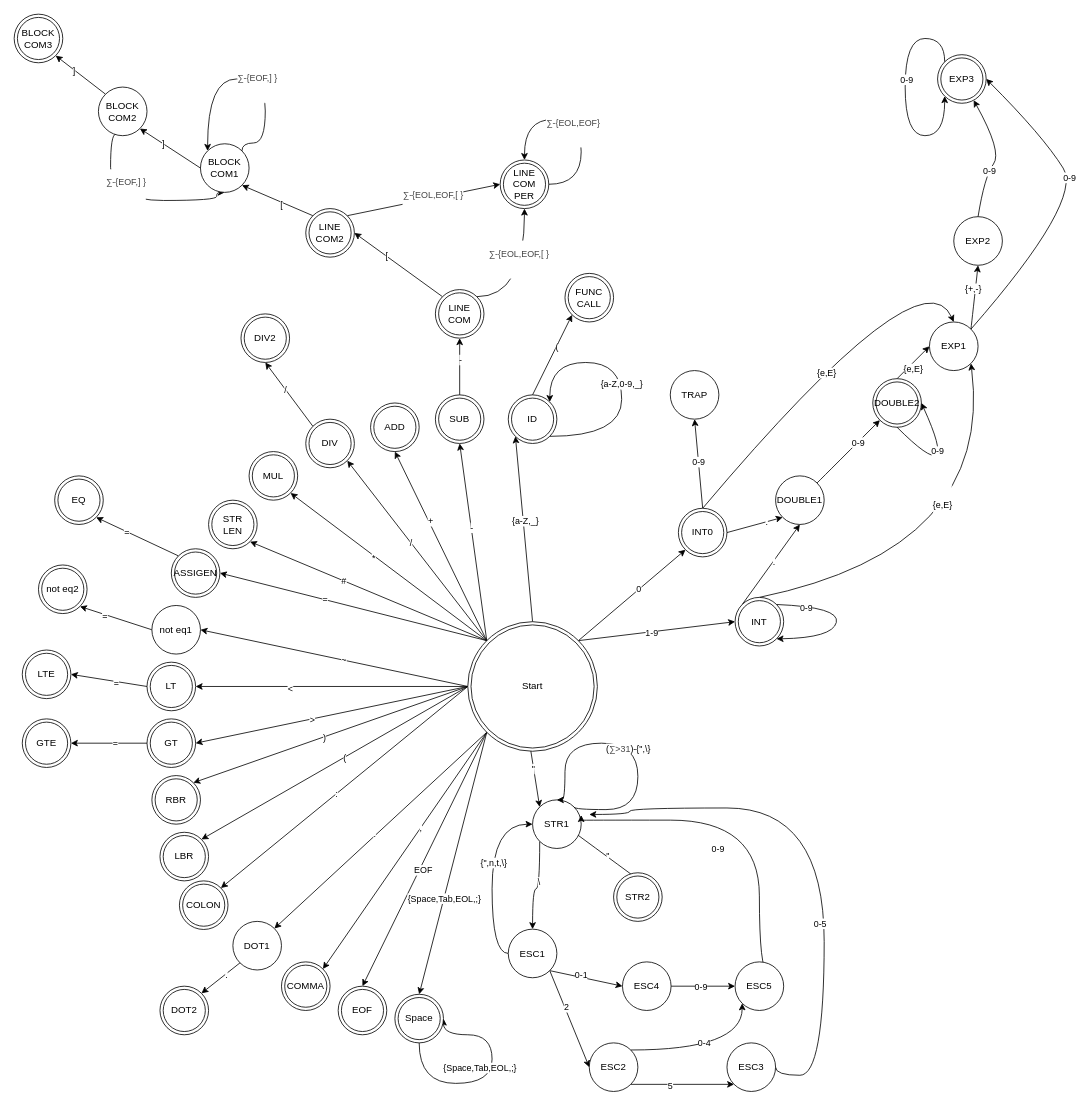
Above: doc/scaner/scaner.drawio in JakubKomar/Prekladac-jazyka-teal (draw.io), before the change. Source tidied: cells renumbered, new cells numbered last; positions are measured from the earlier drawing's top-left corner, leaving out a move shared by most shapes. Both pictures are drawn from the tidied source at 81%, with x=0, y=0 at pixel (14, 14).
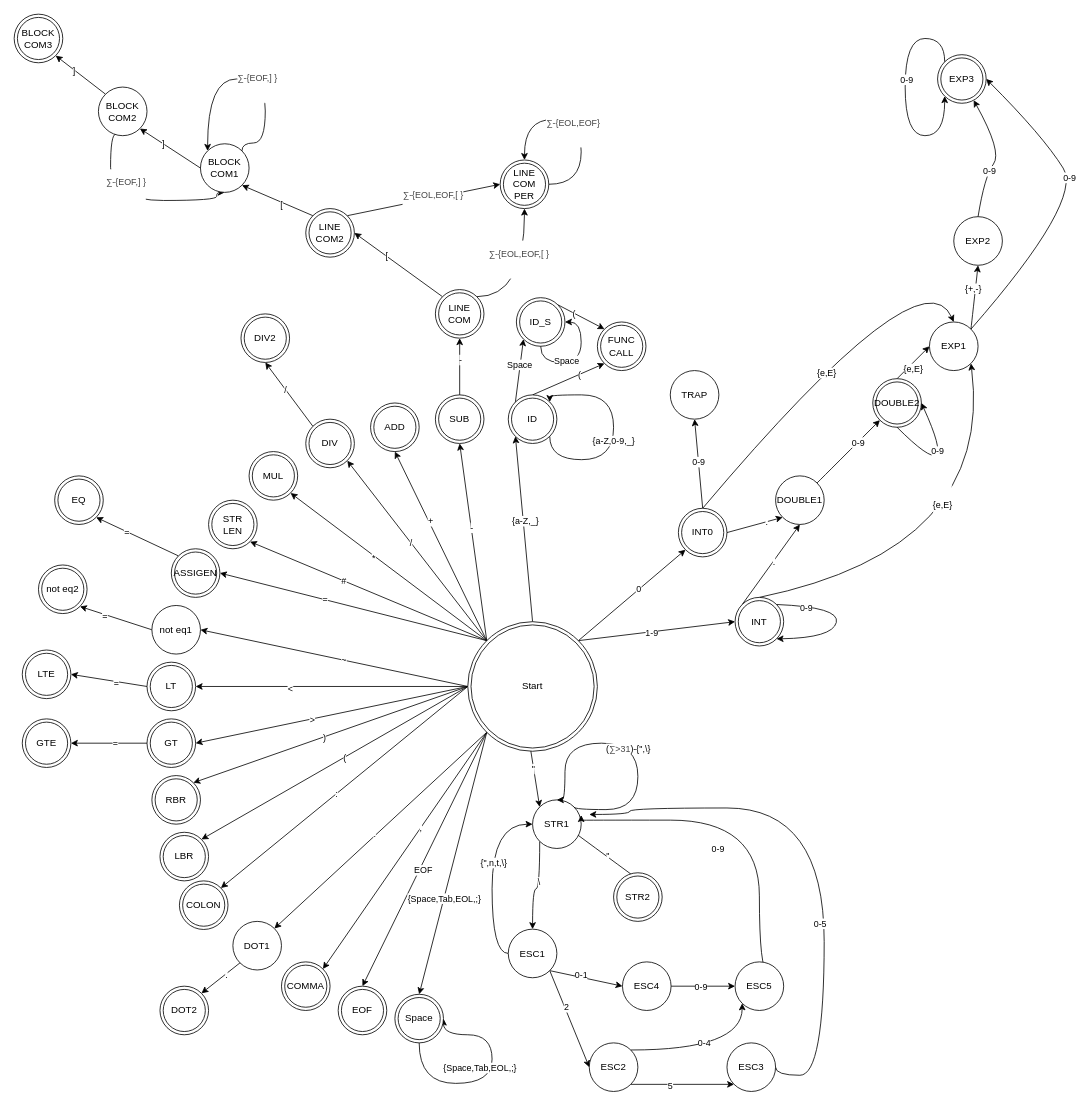
The same diagram, later.

Commit message:
update scanner diagram

The change refers to these unchanged cells:
```xml
<mxCell id="46" value="ID" style="ellipse;shape=doubleEllipse;whiteSpace=wrap;html=1;" parent="1" vertex="1">
  <mxGeometry x="610" y="470" width="60" height="60" as="geometry" />
</mxCell>
```

What changed in the source:
```diff
@@
+    <mxCell id="175" style="rounded=0;jettySize=auto;html=1;exitX=0;exitY=0;exitDx=0;exitDy=0;entryX=0;entryY=1;entryDx=0;entryDy=0;" parent="1" edge="1" source="46" target="179">
+      <mxGeometry relative="1" as="geometry" />
+    </mxCell>
+    <mxCell id="176" value="Space" style="edgeLabel;html=1;align=center;verticalAlign=middle;" parent="175" vertex="1">
+      <mxGeometry x="0.19" y="1" relative="1" as="geometry" />
+    </mxCell>
@@
     <mxCell id="47" style="edgeStyle=orthogonalEdgeStyle;rounded=0;orthogonalLoop=1;jettySize=auto;html=1;exitX=1;exitY=1;exitDx=0;exitDy=0;entryX=1;entryY=0;entryDx=0;entryDy=0;curved=1;" parent="1" edge="1" source="46" target="46">
       <mxGeometry relative="1" as="geometry">
         <Array as="points">
-          <mxPoint x="750" y="521" />
-          <mxPoint x="750" y="430" />
-          <mxPoint x="661" y="430" />
+          <mxPoint x="661" y="550" />
+          <mxPoint x="740" y="550" />
+          <mxPoint x="740" y="470" />
+          <mxPoint x="661" y="470" />
         </Array>
       </mxGeometry>
     </mxCell>
@@
     <mxCell id="174" value="FUNC&lt;br&gt;CALL" style="ellipse;shape=doubleEllipse;whiteSpace=wrap;html=1;" parent="1" vertex="1">
-      <mxGeometry x="680" y="320" width="60" height="60" as="geometry" />
+      <mxGeometry x="720" y="380" width="60" height="60" as="geometry" />
     </mxCell>
+    <mxCell id="177" style="edgeStyle=none;rounded=0;jettySize=auto;html=1;exitX=1;exitY=0;exitDx=0;exitDy=0;entryX=0;entryY=0;entryDx=0;entryDy=0;" parent="1" edge="1" source="179" target="174">
+      <mxGeometry relative="1" as="geometry" />
+    </mxCell>
+    <mxCell id="178" value="(" style="edgeLabel;html=1;align=center;verticalAlign=middle;" parent="177" vertex="1">
+      <mxGeometry x="-0.32" y="-1" relative="1" as="geometry" />
+    </mxCell>
+    <mxCell id="179" value="ID_S" style="ellipse;shape=doubleEllipse;whiteSpace=wrap;html=1;" parent="1" vertex="1">
+      <mxGeometry x="620" y="350" width="60" height="60" as="geometry" />
+    </mxCell>
+    <mxCell id="180" style="edgeStyle=orthogonalEdgeStyle;curved=1;rounded=0;orthogonalLoop=1;jettySize=auto;html=1;exitX=0.5;exitY=1;exitDx=0;exitDy=0;entryX=1;entryY=0.5;entryDx=0;entryDy=0;" parent="1" edge="1" source="179" target="179">
+      <mxGeometry relative="1" as="geometry" />
+    </mxCell>
+    <mxCell id="181" value="Space" style="edgeLabel;html=1;align=center;verticalAlign=middle;" parent="180" vertex="1">
+      <mxGeometry x="-0.09" y="3" relative="1" as="geometry">
+        <mxPoint x="-13" as="offset" />
+      </mxGeometry>
+    </mxCell>
```
